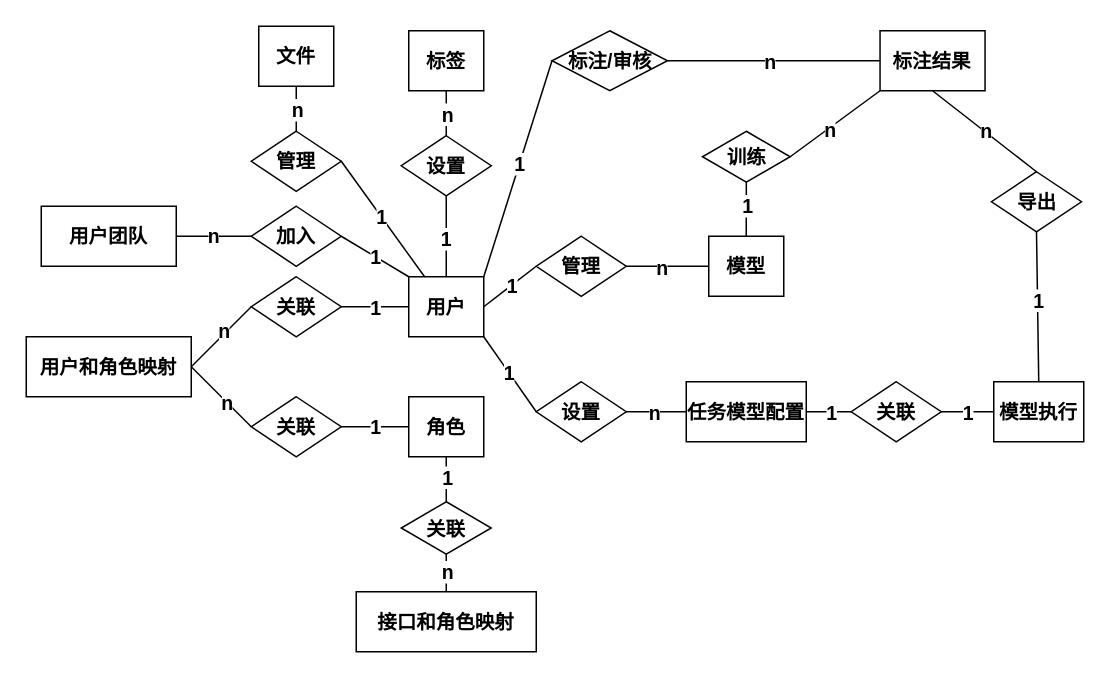
The draw.io diagram 毕设ER图.drawio in come-on-reader/draw-io, before the edit. Source tidied: cells renumbered, new cells numbered last; positions are measured from the earlier drawing's top-left corner, leaving out a move shared by most shapes. Both pictures are drawn from the tidied source at 150%, with x=0, y=0 at pixel (26, 26).
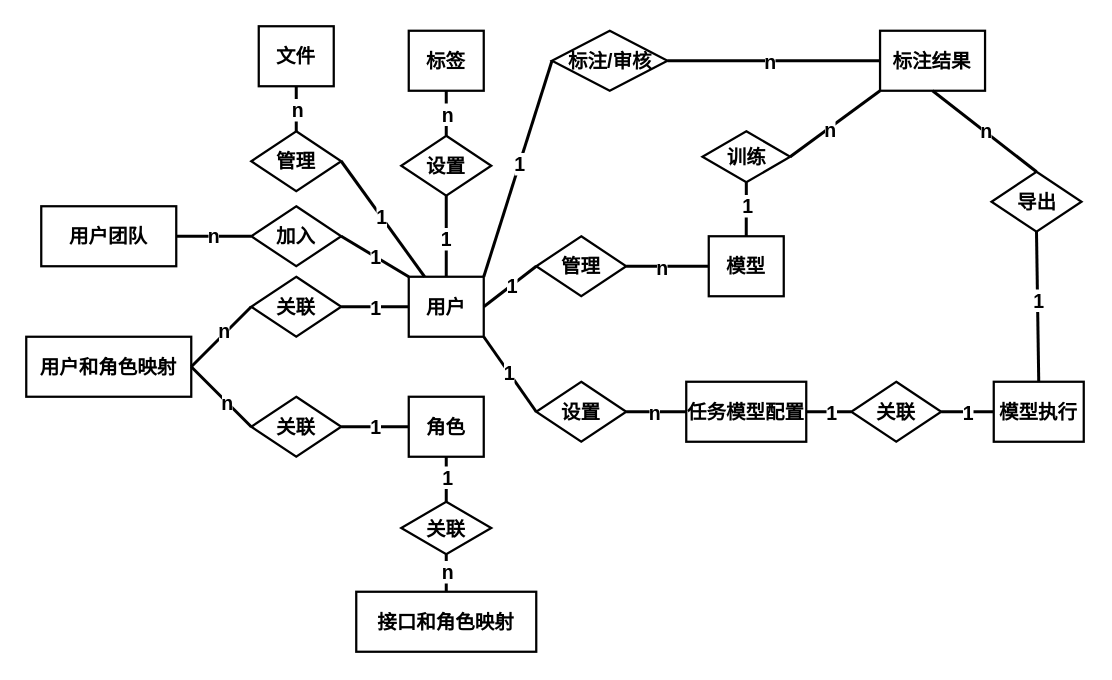
After the change.

Commit message (it also covers changes not shown here):
更新毕设ER图.drawio

Diff of the diagram source:
```diff
@@
-    <mxCell id="2" value="模型" style="rounded=0;whiteSpace=wrap;html=1;fontStyle=1;fontSize=13;spacing=2;" parent="1" vertex="1">
+    <mxCell id="2" value="模型" style="rounded=0;whiteSpace=wrap;html=1;fontStyle=1;fontSize=13;spacing=2;strokeWidth=1.5;" parent="1" vertex="1">
       <mxGeometry x="455" y="140" width="50" height="40" as="geometry" />
     </mxCell>
-    <mxCell id="3" value="模型执行" style="rounded=0;whiteSpace=wrap;html=1;fontStyle=1;fontSize=13;spacing=2;" parent="1" vertex="1">
+    <mxCell id="3" value="模型执行" style="rounded=0;whiteSpace=wrap;html=1;fontStyle=1;fontSize=13;spacing=2;strokeWidth=1.5;" parent="1" vertex="1">
       <mxGeometry x="645" y="237" width="60" height="40" as="geometry" />
     </mxCell>
-    <mxCell id="4" value="任务模型配置" style="rounded=0;whiteSpace=wrap;html=1;fontStyle=1;fontSize=13;spacing=2;" parent="1" vertex="1">
+    <mxCell id="4" value="任务模型配置" style="rounded=0;whiteSpace=wrap;html=1;fontStyle=1;fontSize=13;spacing=2;strokeWidth=1.5;" parent="1" vertex="1">
       <mxGeometry x="440" y="237" width="80" height="40" as="geometry" />
     </mxCell>
-    <mxCell id="5" value="标注结果" style="rounded=0;whiteSpace=wrap;html=1;fontStyle=1;fontSize=13;spacing=2;" parent="1" vertex="1">
+    <mxCell id="5" value="标注结果" style="rounded=0;whiteSpace=wrap;html=1;fontStyle=1;fontSize=13;spacing=2;strokeWidth=1.5;" parent="1" vertex="1">
       <mxGeometry x="569.2" y="3" width="70" height="40" as="geometry" />
     </mxCell>
-    <mxCell id="6" value="标签" style="rounded=0;whiteSpace=wrap;html=1;fontStyle=1;fontSize=13;spacing=2;" parent="1" vertex="1">
+    <mxCell id="6" value="标签" style="rounded=0;whiteSpace=wrap;html=1;fontStyle=1;fontSize=13;spacing=2;strokeWidth=1.5;" parent="1" vertex="1">
       <mxGeometry x="255" y="3" width="50" height="40" as="geometry" />
     </mxCell>
-    <mxCell id="7" value="文件" style="rounded=0;whiteSpace=wrap;html=1;fontStyle=1;fontSize=13;spacing=2;" parent="1" vertex="1">
+    <mxCell id="7" value="文件" style="rounded=0;whiteSpace=wrap;html=1;fontStyle=1;fontSize=13;spacing=2;strokeWidth=1.5;" parent="1" vertex="1">
       <mxGeometry x="155" width="50" height="40" as="geometry" />
     </mxCell>
-    <mxCell id="8" value="用户团队" style="rounded=0;whiteSpace=wrap;html=1;fontStyle=1;fontSize=13;spacing=2;" parent="1" vertex="1">
+    <mxCell id="8" value="用户团队" style="rounded=0;whiteSpace=wrap;html=1;fontStyle=1;fontSize=13;spacing=2;strokeWidth=1.5;" parent="1" vertex="1">
       <mxGeometry x="10" y="120" width="90" height="40" as="geometry" />
     </mxCell>
-    <mxCell id="9" value="用户和角色映射" style="rounded=0;whiteSpace=wrap;html=1;fontStyle=1;fontSize=13;spacing=2;" parent="1" vertex="1">
+    <mxCell id="9" value="用户和角色映射" style="rounded=0;whiteSpace=wrap;html=1;fontStyle=1;fontSize=13;spacing=2;strokeWidth=1.5;" parent="1" vertex="1">
       <mxGeometry y="207" width="110" height="40" as="geometry" />
     </mxCell>
-    <mxCell id="10" value="接口和角色映射" style="rounded=0;whiteSpace=wrap;html=1;fontStyle=1;fontSize=13;spacing=2;" parent="1" vertex="1">
+    <mxCell id="10" value="接口和角色映射" style="rounded=0;whiteSpace=wrap;html=1;fontStyle=1;fontSize=13;spacing=2;strokeWidth=1.5;" parent="1" vertex="1">
       <mxGeometry x="220" y="377" width="120" height="40" as="geometry" />
     </mxCell>
-    <mxCell id="11" value="角色" style="rounded=0;whiteSpace=wrap;html=1;fontStyle=1;fontSize=13;spacing=2;" parent="1" vertex="1">
+    <mxCell id="11" value="角色" style="rounded=0;whiteSpace=wrap;html=1;fontStyle=1;fontSize=13;spacing=2;strokeWidth=1.5;" parent="1" vertex="1">
       <mxGeometry x="255" y="247" width="50" height="40" as="geometry" />
     </mxCell>
-    <mxCell id="12" value="用户" style="rounded=0;whiteSpace=wrap;html=1;fontStyle=1;fontSize=13;spacing=2;" parent="1" vertex="1">
+    <mxCell id="12" value="用户" style="rounded=0;whiteSpace=wrap;html=1;fontStyle=1;fontSize=13;spacing=2;strokeWidth=1.5;" parent="1" vertex="1">
       <mxGeometry x="255" y="167" width="50" height="40" as="geometry" />
     </mxCell>
-    <mxCell id="13" value="关联" style="rhombus;whiteSpace=wrap;html=1;fontStyle=1;fontSize=13;spacing=2;" parent="1" vertex="1">
+    <mxCell id="13" value="关联" style="rhombus;whiteSpace=wrap;html=1;fontStyle=1;fontSize=13;spacing=2;strokeWidth=1.5;" parent="1" vertex="1">
       <mxGeometry x="150" y="167" width="60" height="40" as="geometry" />
     </mxCell>
-    <mxCell id="14" value="关联" style="rhombus;whiteSpace=wrap;html=1;fontStyle=1;fontSize=13;spacing=2;" parent="1" vertex="1">
+    <mxCell id="14" value="关联" style="rhombus;whiteSpace=wrap;html=1;fontStyle=1;fontSize=13;spacing=2;strokeWidth=1.5;" parent="1" vertex="1">
       <mxGeometry x="150" y="247" width="60" height="40" as="geometry" />
     </mxCell>
-    <mxCell id="15" style="endArrow=none;html=1;rounded=0;exitX=1;exitY=0.5;exitDx=0;exitDy=0;entryX=0;entryY=0.5;entryDx=0;entryDy=0;fontStyle=1;fontSize=13;spacing=2;" parent="1" edge="1" source="9" target="13">
+    <mxCell id="15" style="endArrow=none;html=1;rounded=0;exitX=1;exitY=0.5;exitDx=0;exitDy=0;entryX=0;entryY=0.5;entryDx=0;entryDy=0;fontStyle=1;fontSize=13;spacing=2;strokeWidth=2;" parent="1" edge="1" source="9" target="13">
       <mxGeometry relative="1" as="geometry" />
     </mxCell>
@@
-    <mxCell id="17" style="endArrow=none;html=1;rounded=0;exitX=1;exitY=0.5;exitDx=0;exitDy=0;entryX=0;entryY=0.5;entryDx=0;entryDy=0;fontStyle=1;fontSize=13;spacing=2;" parent="1" edge="1" source="9" target="14">
+    <mxCell id="17" style="endArrow=none;html=1;rounded=0;exitX=1;exitY=0.5;exitDx=0;exitDy=0;entryX=0;entryY=0.5;entryDx=0;entryDy=0;fontStyle=1;fontSize=13;spacing=2;strokeWidth=2;" parent="1" edge="1" source="9" target="14">
       <mxGeometry relative="1" as="geometry" />
     </mxCell>
@@
-    <mxCell id="19" style="endArrow=none;html=1;rounded=0;exitX=1;exitY=0.5;exitDx=0;exitDy=0;entryX=0;entryY=0.5;entryDx=0;entryDy=0;fontStyle=1;fontSize=13;spacing=2;" parent="1" edge="1" source="13" target="12">
+    <mxCell id="19" style="endArrow=none;html=1;rounded=0;exitX=1;exitY=0.5;exitDx=0;exitDy=0;entryX=0;entryY=0.5;entryDx=0;entryDy=0;fontStyle=1;fontSize=13;spacing=2;strokeWidth=2;" parent="1" edge="1" source="13" target="12">
       <mxGeometry relative="1" as="geometry" />
     </mxCell>
@@
-    <mxCell id="21" style="endArrow=none;html=1;rounded=0;exitX=1;exitY=0.5;exitDx=0;exitDy=0;entryX=0;entryY=0.5;entryDx=0;entryDy=0;fontStyle=1;fontSize=13;spacing=2;" parent="1" edge="1" source="14" target="11">
+    <mxCell id="21" style="endArrow=none;html=1;rounded=0;exitX=1;exitY=0.5;exitDx=0;exitDy=0;entryX=0;entryY=0.5;entryDx=0;entryDy=0;fontStyle=1;fontSize=13;spacing=2;strokeWidth=2;" parent="1" edge="1" source="14" target="11">
       <mxGeometry relative="1" as="geometry" />
     </mxCell>
@@
-    <mxCell id="23" style="endArrow=none;html=1;rounded=0;entryX=0.5;entryY=0;entryDx=0;entryDy=0;fontStyle=1;fontSize=13;spacing=2;" parent="1" edge="1" source="25" target="10">
+    <mxCell id="23" style="endArrow=none;html=1;rounded=0;entryX=0.5;entryY=0;entryDx=0;entryDy=0;fontStyle=1;fontSize=13;spacing=2;strokeWidth=2;" parent="1" edge="1" source="25" target="10">
       <mxGeometry relative="1" as="geometry" />
     </mxCell>
@@
-    <mxCell id="25" value="关联" style="rhombus;whiteSpace=wrap;html=1;fontStyle=1;fontSize=13;spacing=2;" parent="1" vertex="1">
+    <mxCell id="25" value="关联" style="rhombus;whiteSpace=wrap;html=1;fontStyle=1;fontSize=13;spacing=2;strokeWidth=1.5;" parent="1" vertex="1">
       <mxGeometry x="250" y="317" width="60" height="35" as="geometry" />
     </mxCell>
-    <mxCell id="26" style="endArrow=none;html=1;rounded=0;entryX=0.5;entryY=0;entryDx=0;entryDy=0;exitX=0.5;exitY=1;exitDx=0;exitDy=0;fontStyle=1;fontSize=13;spacing=2;" parent="1" edge="1" source="11" target="25">
+    <mxCell id="26" style="endArrow=none;html=1;rounded=0;entryX=0.5;entryY=0;entryDx=0;entryDy=0;exitX=0.5;exitY=1;exitDx=0;exitDy=0;fontStyle=1;fontSize=13;spacing=2;strokeWidth=2;" parent="1" edge="1" source="11" target="25">
       <mxGeometry relative="1" as="geometry" />
     </mxCell>
@@
-    <mxCell id="28" value="管理" style="rhombus;whiteSpace=wrap;html=1;fontStyle=1;fontSize=13;spacing=2;" parent="1" vertex="1">
+    <mxCell id="28" value="管理" style="rhombus;whiteSpace=wrap;html=1;fontStyle=1;fontSize=13;spacing=2;strokeWidth=1.5;" parent="1" vertex="1">
       <mxGeometry x="340" y="140" width="60" height="40" as="geometry" />
     </mxCell>
-    <mxCell id="29" value="管理" style="rhombus;whiteSpace=wrap;html=1;fontStyle=1;fontSize=13;spacing=2;" parent="1" vertex="1">
+    <mxCell id="29" value="管理" style="rhombus;whiteSpace=wrap;html=1;fontStyle=1;fontSize=13;spacing=2;strokeWidth=1.5;" parent="1" vertex="1">
       <mxGeometry x="150" y="70" width="60" height="40" as="geometry" />
     </mxCell>
-    <mxCell id="30" style="endArrow=none;html=1;rounded=0;exitX=1;exitY=0.5;exitDx=0;exitDy=0;entryX=0;entryY=0.5;entryDx=0;entryDy=0;fontStyle=1;fontSize=13;spacing=2;" parent="1" edge="1" source="12" target="28">
+    <mxCell id="30" style="endArrow=none;html=1;rounded=0;exitX=1;exitY=0.5;exitDx=0;exitDy=0;entryX=0;entryY=0.5;entryDx=0;entryDy=0;fontStyle=1;fontSize=13;spacing=2;strokeWidth=2;" parent="1" edge="1" source="12" target="28">
       <mxGeometry relative="1" as="geometry" />
     </mxCell>
@@
-    <mxCell id="32" style="endArrow=none;html=1;rounded=0;exitX=1;exitY=0.5;exitDx=0;exitDy=0;entryX=0;entryY=0.5;entryDx=0;entryDy=0;fontStyle=1;fontSize=13;spacing=2;" parent="1" edge="1" source="28" target="2">
+    <mxCell id="32" style="endArrow=none;html=1;rounded=0;exitX=1;exitY=0.5;exitDx=0;exitDy=0;entryX=0;entryY=0.5;entryDx=0;entryDy=0;fontStyle=1;fontSize=13;spacing=2;strokeWidth=2;" parent="1" edge="1" source="28" target="2">
       <mxGeometry relative="1" as="geometry" />
     </mxCell>
@@
-    <mxCell id="34" style="endArrow=none;html=1;rounded=0;exitX=1;exitY=0.5;exitDx=0;exitDy=0;fontStyle=1;fontSize=13;spacing=2;" parent="1" edge="1" source="29" target="12">
+    <mxCell id="34" style="endArrow=none;html=1;rounded=0;exitX=1;exitY=0.5;exitDx=0;exitDy=0;fontStyle=1;fontSize=13;spacing=2;strokeWidth=2;" parent="1" edge="1" source="29" target="12">
       <mxGeometry relative="1" as="geometry" />
     </mxCell>
@@
-    <mxCell id="36" style="endArrow=none;html=1;rounded=0;exitX=0.5;exitY=1;exitDx=0;exitDy=0;entryX=0.5;entryY=0;entryDx=0;entryDy=0;fontStyle=1;fontSize=13;spacing=2;" parent="1" edge="1" source="7" target="29">
+    <mxCell id="36" style="endArrow=none;html=1;rounded=0;exitX=0.5;exitY=1;exitDx=0;exitDy=0;entryX=0.5;entryY=0;entryDx=0;entryDy=0;fontStyle=1;fontSize=13;spacing=2;strokeWidth=2;" parent="1" edge="1" source="7" target="29">
       <mxGeometry relative="1" as="geometry" />
     </mxCell>
@@
-    <mxCell id="38" value="设置" style="rhombus;whiteSpace=wrap;html=1;fontStyle=1;fontSize=13;spacing=2;" parent="1" vertex="1">
+    <mxCell id="38" value="设置" style="rhombus;whiteSpace=wrap;html=1;fontStyle=1;fontSize=13;spacing=2;strokeWidth=1.5;" parent="1" vertex="1">
       <mxGeometry x="250" y="73" width="60" height="40" as="geometry" />
     </mxCell>
-    <mxCell id="39" style="endArrow=none;html=1;rounded=0;exitX=0.5;exitY=1;exitDx=0;exitDy=0;entryX=0.5;entryY=0;entryDx=0;entryDy=0;fontStyle=1;fontSize=13;spacing=2;" parent="1" edge="1" source="38" target="12">
+    <mxCell id="39" style="endArrow=none;html=1;rounded=0;exitX=0.5;exitY=1;exitDx=0;exitDy=0;entryX=0.5;entryY=0;entryDx=0;entryDy=0;fontStyle=1;fontSize=13;spacing=2;strokeWidth=2;" parent="1" edge="1" source="38" target="12">
       <mxGeometry relative="1" as="geometry" />
     </mxCell>
@@
-    <mxCell id="41" style="endArrow=none;html=1;rounded=0;exitX=0.5;exitY=1;exitDx=0;exitDy=0;entryX=0.5;entryY=0;entryDx=0;entryDy=0;fontStyle=1;fontSize=13;spacing=2;" parent="1" edge="1" source="6" target="38">
+    <mxCell id="41" style="endArrow=none;html=1;rounded=0;exitX=0.5;exitY=1;exitDx=0;exitDy=0;entryX=0.5;entryY=0;entryDx=0;entryDy=0;fontStyle=1;fontSize=13;spacing=2;strokeWidth=2;" parent="1" edge="1" source="6" target="38">
       <mxGeometry relative="1" as="geometry" />
     </mxCell>
@@
-    <mxCell id="43" style="endArrow=none;html=1;rounded=0;entryX=1;entryY=1;entryDx=0;entryDy=0;exitX=0;exitY=0.5;exitDx=0;exitDy=0;fontStyle=1;fontSize=13;spacing=2;" parent="1" edge="1" source="45" target="12">
+    <mxCell id="43" style="endArrow=none;html=1;rounded=0;entryX=1;entryY=1;entryDx=0;entryDy=0;exitX=0;exitY=0.5;exitDx=0;exitDy=0;fontStyle=1;fontSize=13;spacing=2;strokeWidth=2;" parent="1" edge="1" source="45" target="12">
       <mxGeometry relative="1" as="geometry" />
     </mxCell>
@@
-    <mxCell id="45" value="设置" style="rhombus;whiteSpace=wrap;html=1;fontStyle=1;fontSize=13;spacing=2;" parent="1" vertex="1">
+    <mxCell id="45" value="设置" style="rhombus;whiteSpace=wrap;html=1;fontStyle=1;fontSize=13;spacing=2;strokeWidth=1.5;" parent="1" vertex="1">
       <mxGeometry x="340" y="237" width="60" height="40" as="geometry" />
     </mxCell>
-    <mxCell id="46" style="endArrow=none;html=1;rounded=0;exitX=1;exitY=0.5;exitDx=0;exitDy=0;entryX=0;entryY=0.5;entryDx=0;entryDy=0;fontStyle=1;fontSize=13;spacing=2;" parent="1" edge="1" source="45" target="4">
+    <mxCell id="46" style="endArrow=none;html=1;rounded=0;exitX=1;exitY=0.5;exitDx=0;exitDy=0;entryX=0;entryY=0.5;entryDx=0;entryDy=0;fontStyle=1;fontSize=13;spacing=2;strokeWidth=2;" parent="1" edge="1" source="45" target="4">
       <mxGeometry relative="1" as="geometry" />
     </mxCell>
@@
-    <mxCell id="48" value="导出" style="rhombus;whiteSpace=wrap;html=1;fontStyle=1;fontSize=13;spacing=2;" parent="1" vertex="1">
+    <mxCell id="48" value="导出" style="rhombus;whiteSpace=wrap;html=1;fontStyle=1;fontSize=13;spacing=2;strokeWidth=1.5;" parent="1" vertex="1">
       <mxGeometry x="643.5" y="97" width="60" height="40" as="geometry" />
     </mxCell>
-    <mxCell id="49" style="endArrow=none;html=1;rounded=0;exitX=0.5;exitY=1;exitDx=0;exitDy=0;entryX=0.5;entryY=0;entryDx=0;entryDy=0;fontStyle=1;fontSize=13;spacing=2;" parent="1" edge="1" source="48" target="3">
+    <mxCell id="49" style="endArrow=none;html=1;rounded=0;exitX=0.5;exitY=1;exitDx=0;exitDy=0;entryX=0.5;entryY=0;entryDx=0;entryDy=0;fontStyle=1;fontSize=13;spacing=2;strokeWidth=2;" parent="1" edge="1" source="48" target="3">
       <mxGeometry relative="1" as="geometry" />
     </mxCell>
@@
-    <mxCell id="51" style="endArrow=none;html=1;rounded=0;exitX=0.5;exitY=0;exitDx=0;exitDy=0;entryX=0.5;entryY=1;entryDx=0;entryDy=0;fontStyle=1;fontSize=13;spacing=2;" parent="1" edge="1" source="48" target="5">
+    <mxCell id="51" style="endArrow=none;html=1;rounded=0;exitX=0.5;exitY=0;exitDx=0;exitDy=0;entryX=0.5;entryY=1;entryDx=0;entryDy=0;fontStyle=1;fontSize=13;spacing=2;strokeWidth=2;" parent="1" edge="1" source="48" target="5">
       <mxGeometry relative="1" as="geometry" />
     </mxCell>
@@
-    <mxCell id="53" value="关联" style="rhombus;whiteSpace=wrap;html=1;fontStyle=1;fontSize=13;spacing=2;" parent="1" vertex="1">
+    <mxCell id="53" value="关联" style="rhombus;whiteSpace=wrap;html=1;fontStyle=1;fontSize=13;spacing=2;strokeWidth=1.5;" parent="1" vertex="1">
       <mxGeometry x="550" y="237" width="60" height="40" as="geometry" />
     </mxCell>
-    <mxCell id="54" style="endArrow=none;html=1;rounded=0;entryX=1;entryY=0.5;entryDx=0;entryDy=0;exitX=0;exitY=0.5;exitDx=0;exitDy=0;fontStyle=1;fontSize=13;spacing=2;" parent="1" edge="1" source="53" target="4">
+    <mxCell id="54" style="endArrow=none;html=1;rounded=0;entryX=1;entryY=0.5;entryDx=0;entryDy=0;exitX=0;exitY=0.5;exitDx=0;exitDy=0;fontStyle=1;fontSize=13;spacing=2;strokeWidth=2;" parent="1" edge="1" source="53" target="4">
       <mxGeometry relative="1" as="geometry" />
     </mxCell>
@@
-    <mxCell id="56" style="endArrow=none;html=1;rounded=0;exitX=0;exitY=0.5;exitDx=0;exitDy=0;fontStyle=1;fontSize=13;spacing=2;" parent="1" edge="1" source="3">
+    <mxCell id="56" style="endArrow=none;html=1;rounded=0;exitX=0;exitY=0.5;exitDx=0;exitDy=0;fontStyle=1;fontSize=13;spacing=2;strokeWidth=2;" parent="1" edge="1" source="3">
       <mxGeometry relative="1" as="geometry">
         <mxPoint x="610" y="257" as="targetPoint" />
       </mxGeometry>
     </mxCell>
@@
-    <mxCell id="58" value="加入" style="rhombus;whiteSpace=wrap;html=1;fontStyle=1;fontSize=13;spacing=2;" parent="1" vertex="1">
+    <mxCell id="58" value="加入" style="rhombus;whiteSpace=wrap;html=1;fontStyle=1;fontSize=13;spacing=2;strokeWidth=1.5;" parent="1" vertex="1">
       <mxGeometry x="150" y="120" width="60" height="40" as="geometry" />
     </mxCell>
-    <mxCell id="59" value="n" style="endArrow=none;html=1;rounded=0;entryX=1;entryY=0.5;entryDx=0;entryDy=0;exitX=0;exitY=0.5;exitDx=0;exitDy=0;fontStyle=1;fontSize=13;spacing=2;" parent="1" edge="1" source="58" target="8">
+    <mxCell id="59" value="n" style="endArrow=none;html=1;rounded=0;entryX=1;entryY=0.5;entryDx=0;entryDy=0;exitX=0;exitY=0.5;exitDx=0;exitDy=0;fontStyle=1;fontSize=13;spacing=2;strokeWidth=2;" parent="1" edge="1" source="58" target="8">
       <mxGeometry relative="1" as="geometry" />
     </mxCell>
-    <mxCell id="60" style="endArrow=none;html=1;rounded=0;exitX=1;exitY=0.5;exitDx=0;exitDy=0;entryX=0;entryY=0;entryDx=0;entryDy=0;fontStyle=1;fontSize=13;spacing=2;" parent="1" edge="1" source="58" target="12">
+    <mxCell id="60" style="endArrow=none;html=1;rounded=0;exitX=1;exitY=0.5;exitDx=0;exitDy=0;entryX=0;entryY=0;entryDx=0;entryDy=0;fontStyle=1;fontSize=13;spacing=2;strokeWidth=2;" parent="1" edge="1" source="58" target="12">
       <mxGeometry relative="1" as="geometry" />
     </mxCell>
@@
-    <mxCell id="62" value="标注/审核" style="rhombus;whiteSpace=wrap;html=1;fontStyle=1;fontSize=13;spacing=2;" parent="1" vertex="1">
+    <mxCell id="62" value="标注/审核" style="rhombus;whiteSpace=wrap;html=1;fontStyle=1;fontSize=13;spacing=2;strokeWidth=1.5;" parent="1" vertex="1">
       <mxGeometry x="350.5" y="3" width="77" height="40" as="geometry" />
     </mxCell>
-    <mxCell id="63" value="训练" style="rhombus;whiteSpace=wrap;html=1;fontStyle=1;fontSize=13;spacing=2;" parent="1" vertex="1">
+    <mxCell id="63" value="训练" style="rhombus;whiteSpace=wrap;html=1;fontStyle=1;fontSize=13;spacing=2;strokeWidth=1.5;" parent="1" vertex="1">
       <mxGeometry x="450.8" y="70" width="58.5" height="34" as="geometry" />
     </mxCell>
-    <mxCell id="64" style="endArrow=none;html=1;rounded=0;entryX=0;entryY=0.5;entryDx=0;entryDy=0;exitX=1;exitY=0;exitDx=0;exitDy=0;fontStyle=1;fontSize=13;spacing=2;" parent="1" edge="1" source="12" target="62">
+    <mxCell id="64" style="endArrow=none;html=1;rounded=0;entryX=0;entryY=0.5;entryDx=0;entryDy=0;exitX=1;exitY=0;exitDx=0;exitDy=0;fontStyle=1;fontSize=13;spacing=2;strokeWidth=2;" parent="1" edge="1" source="12" target="62">
       <mxGeometry relative="1" as="geometry" />
     </mxCell>
@@
-    <mxCell id="66" style="endArrow=none;html=1;rounded=0;entryX=0;entryY=0.5;entryDx=0;entryDy=0;exitX=1;exitY=0.5;exitDx=0;exitDy=0;fontStyle=1;fontSize=13;spacing=2;" parent="1" edge="1" source="62" target="5">
+    <mxCell id="66" style="endArrow=none;html=1;rounded=0;entryX=0;entryY=0.5;entryDx=0;entryDy=0;exitX=1;exitY=0.5;exitDx=0;exitDy=0;fontStyle=1;fontSize=13;spacing=2;strokeWidth=2;" parent="1" edge="1" source="62" target="5">
       <mxGeometry relative="1" as="geometry" />
     </mxCell>
@@
-    <mxCell id="68" style="endArrow=none;html=1;rounded=0;entryX=0;entryY=1;entryDx=0;entryDy=0;exitX=1;exitY=0.5;exitDx=0;exitDy=0;fontStyle=1;fontSize=13;spacing=2;" parent="1" edge="1" source="63" target="5">
+    <mxCell id="68" style="endArrow=none;html=1;rounded=0;entryX=0;entryY=1;entryDx=0;entryDy=0;exitX=1;exitY=0.5;exitDx=0;exitDy=0;fontStyle=1;fontSize=13;spacing=2;strokeWidth=2;" parent="1" edge="1" source="63" target="5">
       <mxGeometry relative="1" as="geometry" />
     </mxCell>
@@
-    <mxCell id="70" style="endArrow=none;html=1;rounded=0;entryX=0.5;entryY=0;entryDx=0;entryDy=0;exitX=0.5;exitY=1;exitDx=0;exitDy=0;fontStyle=1;fontSize=13;spacing=2;" parent="1" edge="1" source="63" target="2">
+    <mxCell id="70" style="endArrow=none;html=1;rounded=0;entryX=0.5;entryY=0;entryDx=0;entryDy=0;exitX=0.5;exitY=1;exitDx=0;exitDy=0;fontStyle=1;fontSize=13;spacing=2;strokeWidth=2;" parent="1" edge="1" source="63" target="2">
       <mxGeometry relative="1" as="geometry" />
     </mxCell>
```
